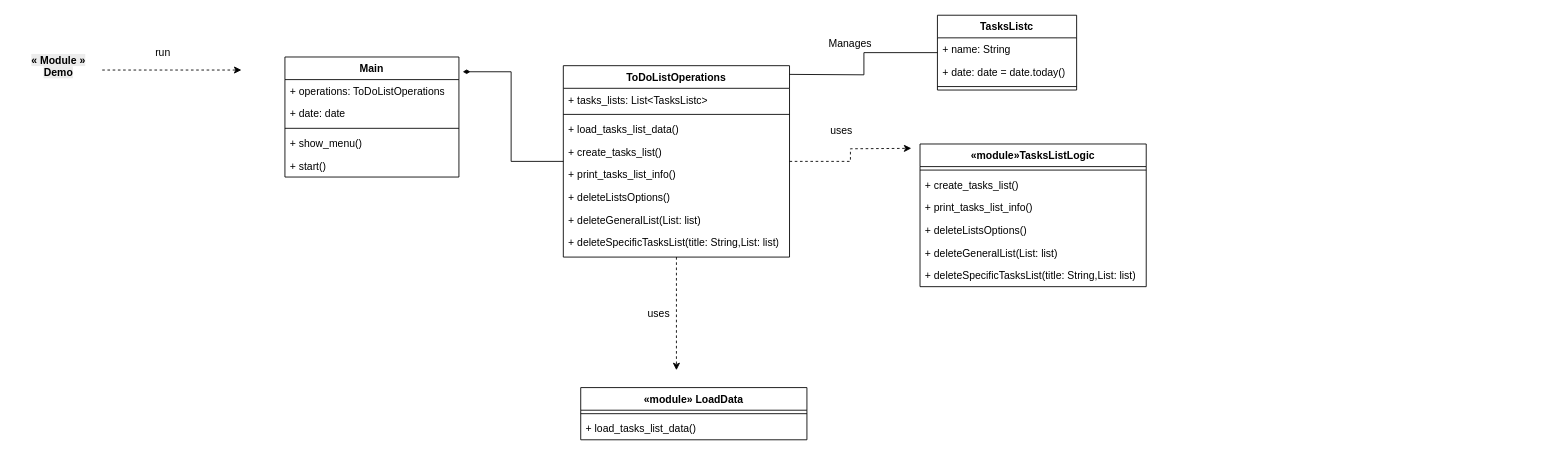
AbdallahDaradkeh-1/ToDoList-App keeps this draw.io diagram as page "UML Class Diagram" (6 of 6) of ToDoList App.drawio. Above is the earlier version. Source tidied: cells renumbered, new cells numbered last; positions are measured from the earlier drawing's top-left corner, leaving out a move shared by most shapes. Both pictures are drawn from the tidied source at 87%, with x=0, y=0 at pixel (15, 15).
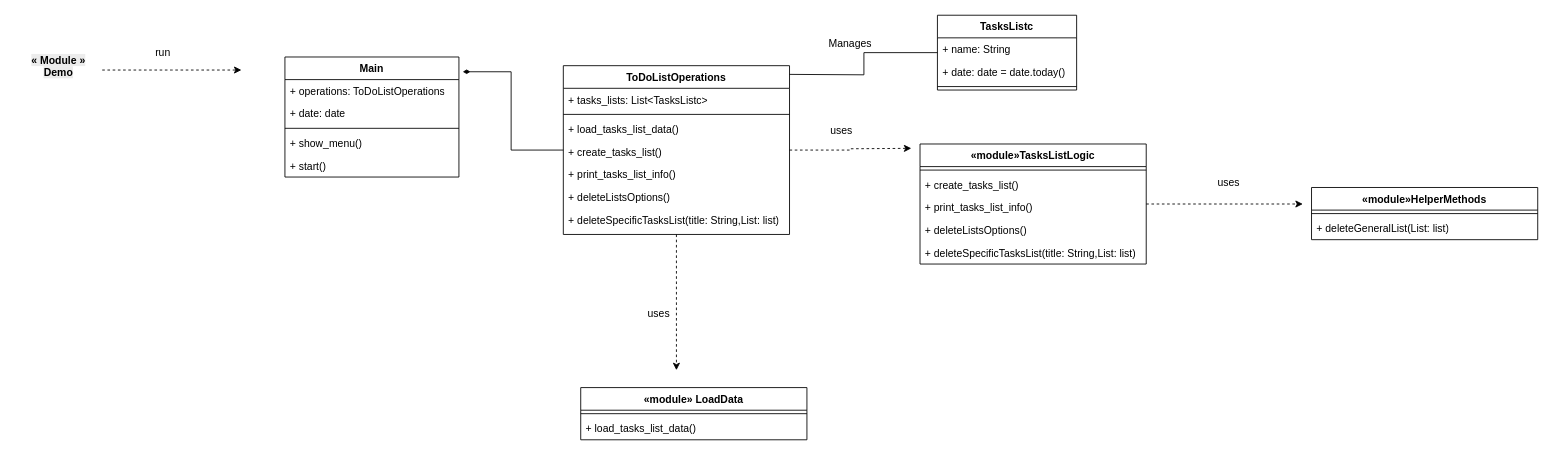
The same page after the edit.

Commit message (it also covers changes not shown here):
I removed deleteGeneralList() method from ToDoListOperations.py Module/File (Seperation of concerns), because these general methods, I put them inside HelperMethods.py Module/File

The edit, as a diff of the source:
```diff
@@
     <mxCell id="4" value="&lt;span style=&quot;&quot;&gt;ToDoListOperations&lt;/span&gt;" style="swimlane;fontStyle=1;align=center;verticalAlign=top;horizontal=1;startSize=26;whiteSpace=wrap;html=1;" parent="1" vertex="1">
-      <mxGeometry x="630" y="58" width="260" height="220" as="geometry" />
+      <mxGeometry x="630" y="58" width="260" height="194" as="geometry" />
     </mxCell>
@@
-    <mxCell id="11" value="+ deleteGeneralList(List: list)" style="text;strokeColor=none;fillColor=none;align=left;verticalAlign=top;spacingLeft=4;spacingRight=4;overflow=hidden;whiteSpace=wrap;html=1;" parent="4" vertex="1">
-      <mxGeometry y="164" width="260" height="26" as="geometry" />
-    </mxCell>
     <mxCell id="12" value="+ deleteSpecificTasksList(title: String,List: list)" style="text;strokeColor=none;fillColor=none;align=left;verticalAlign=top;spacingLeft=4;spacingRight=4;overflow=hidden;whiteSpace=wrap;html=1;" parent="4" vertex="1">
-      <mxGeometry y="190" width="260" height="30" as="geometry" />
+      <mxGeometry y="164" width="260" height="30" as="geometry" />
     </mxCell>
@@
+    <mxCell id="41" style="edgeStyle=orthogonalEdgeStyle;rounded=0;jettySize=auto;html=1;dashed=1;" parent="1" edge="1" source="29">
+      <mxGeometry relative="1" as="geometry">
+        <mxPoint x="1480" y="217" as="targetPoint" />
+      </mxGeometry>
+    </mxCell>
     <mxCell id="29" value="&lt;span style=&quot;&quot;&gt;«module»TasksListLogic&lt;/span&gt;" style="swimlane;fontStyle=1;align=center;verticalAlign=top;horizontal=1;startSize=26;whiteSpace=wrap;html=1;" parent="1" vertex="1">
-      <mxGeometry x="1040" y="148" width="260" height="164" as="geometry" />
+      <mxGeometry x="1040" y="148" width="260" height="138" as="geometry" />
     </mxCell>
@@
-    <mxCell id="34" value="+ deleteGeneralList(List: list)" style="text;strokeColor=none;fillColor=none;align=left;verticalAlign=top;spacingLeft=4;spacingRight=4;overflow=hidden;whiteSpace=wrap;html=1;" parent="29" vertex="1">
-      <mxGeometry y="112" width="260" height="26" as="geometry" />
-    </mxCell>
     <mxCell id="35" value="+ deleteSpecificTasksList(title: String,List: list)" style="text;strokeColor=none;fillColor=none;align=left;verticalAlign=top;spacingLeft=4;spacingRight=4;overflow=hidden;whiteSpace=wrap;html=1;" parent="29" vertex="1">
-      <mxGeometry y="138" width="260" height="26" as="geometry" />
+      <mxGeometry y="112" width="260" height="26" as="geometry" />
     </mxCell>
@@
+    <mxCell id="42" value="&lt;span style=&quot;&quot;&gt;«module»HelperMethods&lt;/span&gt;" style="swimlane;fontStyle=1;align=center;verticalAlign=top;horizontal=1;startSize=26;whiteSpace=wrap;html=1;" parent="1" vertex="1">
+      <mxGeometry x="1490" y="198" width="260" height="60" as="geometry" />
+    </mxCell>
+    <mxCell id="43" style="line;strokeWidth=1;fillColor=none;align=left;verticalAlign=middle;spacingTop=-1;spacingLeft=3;spacingRight=3;labelPosition=right;strokeColor=inherit;" parent="42" vertex="1">
+      <mxGeometry y="26" width="260" height="8" as="geometry" />
+    </mxCell>
+    <mxCell id="44" value="+ deleteGeneralList(List: list)" style="text;strokeColor=none;fillColor=none;align=left;verticalAlign=top;spacingLeft=4;spacingRight=4;overflow=hidden;whiteSpace=wrap;html=1;" parent="42" vertex="1">
+      <mxGeometry y="34" width="260" height="26" as="geometry" />
+    </mxCell>
+    <mxCell id="45" value="uses" style="text;html=1;whiteSpace=wrap;strokeColor=none;fillColor=none;align=center;verticalAlign=middle;rounded=0;" parent="1" vertex="1">
+      <mxGeometry x="1365" y="178" width="60" height="30" as="geometry" />
+    </mxCell>
```
